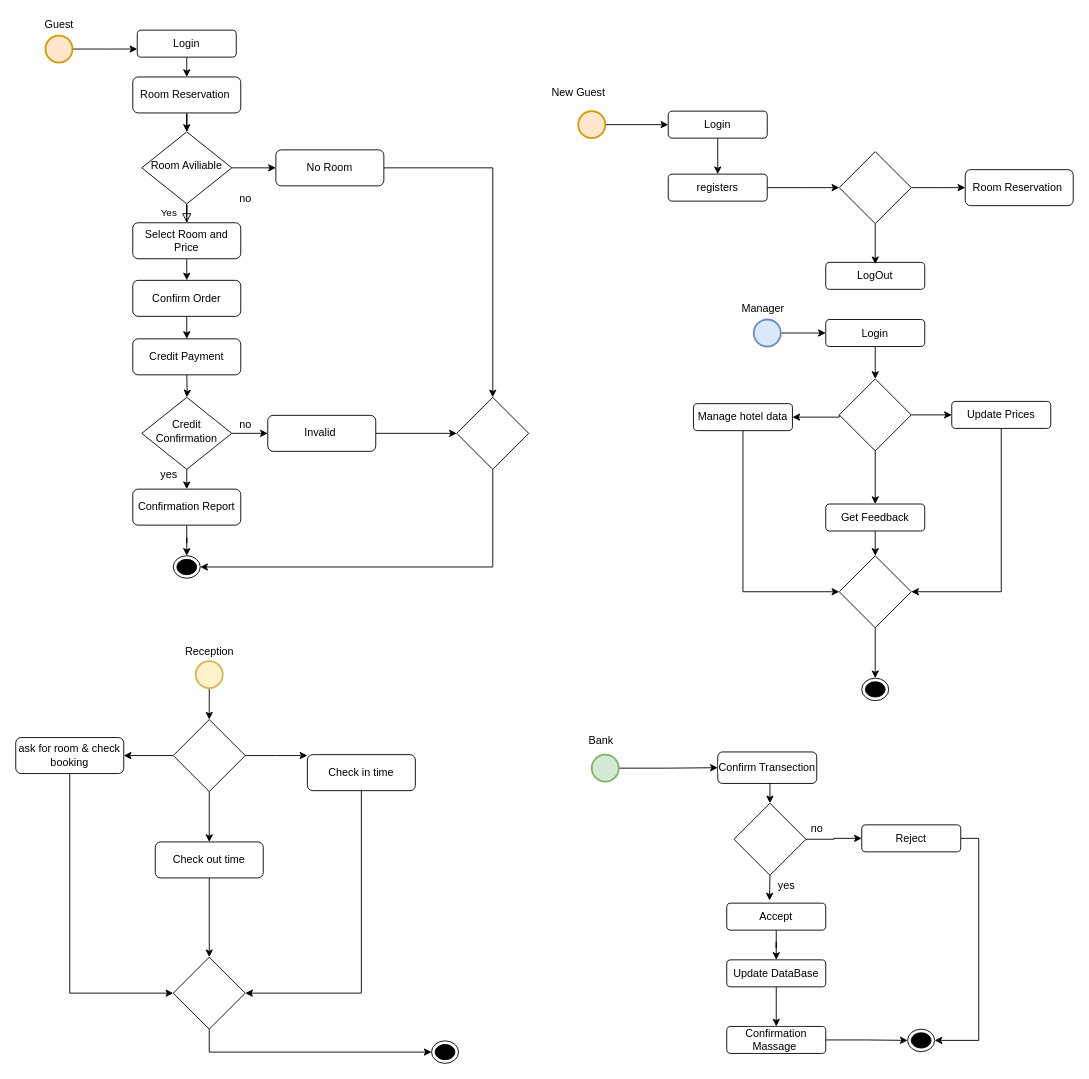
Before: activity digram.drawio in AhmedTarek-95/System-Desine, a draw.io diagram. Source tidied: cells renumbered, new cells numbered last; positions are measured from the earlier drawing's top-left corner, leaving out a move shared by most shapes. Both pictures are drawn from the tidied source at 90%, with x=0, y=0 at pixel (15, 15).
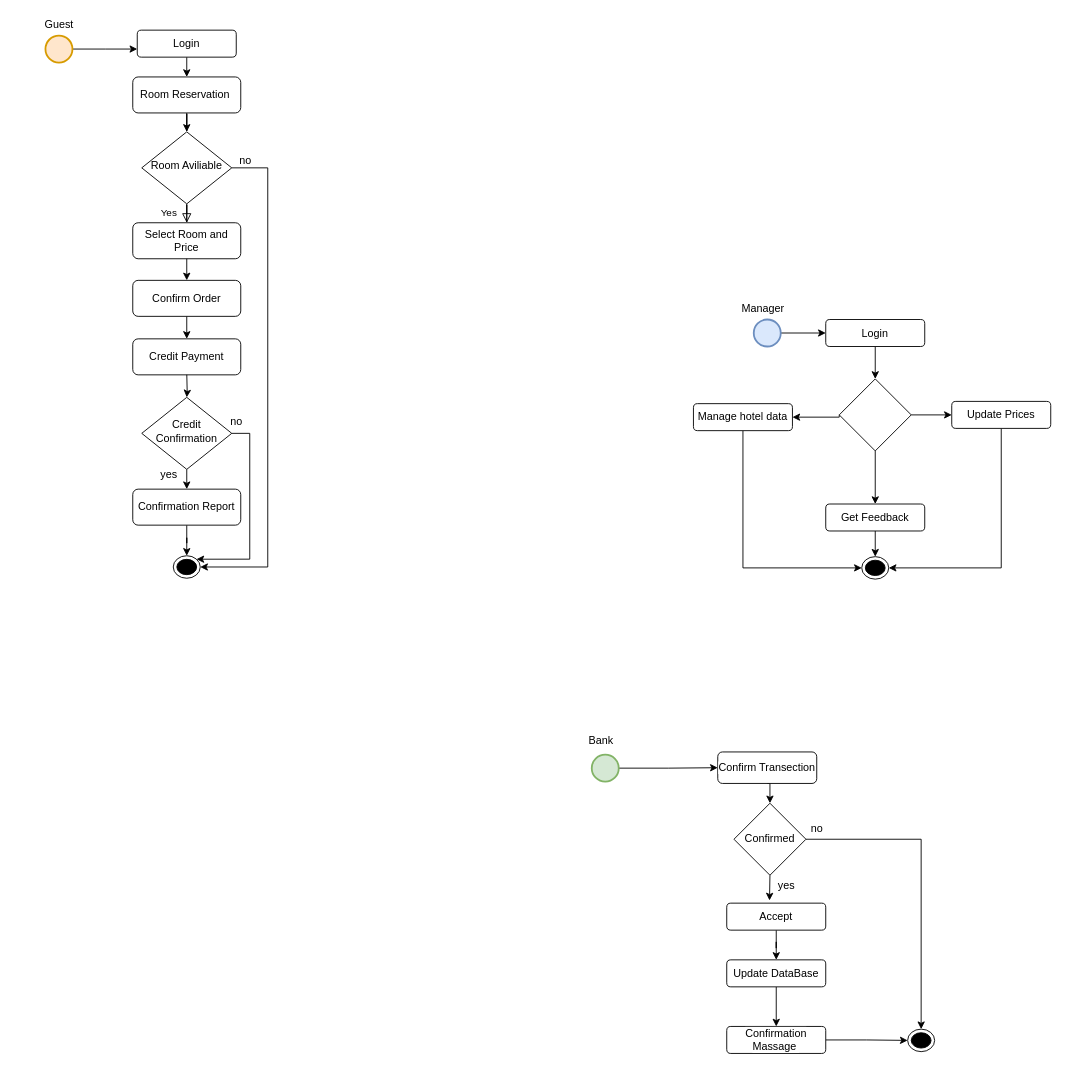
Above is the later version.

Unchanged cells that the change refers to:
```xml
<mxCell id="4" value="Room Aviliable" style="rhombus;whiteSpace=wrap;html=1;shadow=0;fontFamily=Helvetica;fontSize=12;align=center;strokeWidth=1;spacing=6;spacingTop=-4;" parent="1" vertex="1">
  <mxGeometry x="140" y="129" width="100" height="80" as="geometry" />
</mxCell>
<mxCell id="8" style="ellipse;html=1;shape=endState;fillColor=#000000;strokeColor=#000000;" parent="1" vertex="1">
  <mxGeometry x="175" y="600" width="30" height="25" as="geometry" />
</mxCell>
<mxCell id="17" value="Credit Confirmation" style="rhombus;whiteSpace=wrap;html=1;shadow=0;fontFamily=Helvetica;fontSize=12;align=center;strokeWidth=1;spacing=6;spacingTop=-4;" parent="1" vertex="1">
  <mxGeometry x="140" y="424" width="100" height="80" as="geometry" />
</mxCell>
<mxCell id="49" value="&lt;span style=&quot;background-color: rgb(255 , 255 , 255)&quot;&gt;Get Feedback&lt;/span&gt;" style="rounded=1;whiteSpace=wrap;html=1;fontSize=12;glass=0;strokeWidth=1;shadow=0;" parent="1" vertex="1">
  <mxGeometry x="900" y="542.5" width="110" height="30" as="geometry" />
</mxCell>
<mxCell id="51" value="&lt;span style=&quot;background-color: rgb(255 , 255 , 255)&quot;&gt;Update Prices&lt;/span&gt;" style="rounded=1;whiteSpace=wrap;html=1;fontSize=12;glass=0;strokeWidth=1;shadow=0;" parent="1" vertex="1">
  <mxGeometry x="1040" y="428.5" width="110" height="30" as="geometry" />
</mxCell>
<mxCell id="53" value="&lt;span style=&quot;background-color: rgb(255 , 255 , 255)&quot;&gt;Manage hotel data&lt;/span&gt;" style="rounded=1;whiteSpace=wrap;html=1;fontSize=12;glass=0;strokeWidth=1;shadow=0;" parent="1" vertex="1">
  <mxGeometry x="753" y="431" width="110" height="30" as="geometry" />
</mxCell>
<mxCell id="94" style="ellipse;html=1;shape=endState;fillColor=#000000;strokeColor=#000000;" parent="1" vertex="1">
  <mxGeometry x="991" y="1126" width="30" height="25" as="geometry" />
</mxCell>
```

Diff of the diagram source:
```diff
@@
-    <mxCell id="3" style="edgeStyle=orthogonalEdgeStyle;rounded=0;jettySize=auto;html=1;exitX=1;exitY=0.5;exitDx=0;exitDy=0;entryX=0;entryY=0.5;entryDx=0;entryDy=0;" parent="1" edge="1" source="4" target="6">
-      <mxGeometry relative="1" as="geometry" />
+    <mxCell id="3" style="edgeStyle=orthogonalEdgeStyle;rounded=0;jettySize=auto;html=1;exitX=1;exitY=0.5;exitDx=0;exitDy=0;entryX=1;entryY=0.5;entryDx=0;entryDy=0;" parent="1" edge="1" source="4" target="8">
+      <mxGeometry relative="1" as="geometry">
+        <Array as="points">
+          <mxPoint x="280" y="169" />
+          <mxPoint x="280" y="613" />
+        </Array>
+      </mxGeometry>
     </mxCell>
@@
-    <mxCell id="5" style="edgeStyle=orthogonalEdgeStyle;rounded=0;jettySize=auto;html=1;exitX=1;exitY=0.5;exitDx=0;exitDy=0;entryX=0.5;entryY=0;entryDx=0;entryDy=0;" parent="1" edge="1" source="6" target="27">
-      <mxGeometry relative="1" as="geometry" />
-    </mxCell>
-    <mxCell id="6" value="No Room" style="rounded=1;whiteSpace=wrap;html=1;fontSize=12;glass=0;strokeWidth=1;shadow=0;" parent="1" vertex="1">
-      <mxGeometry x="289" y="149" width="120" height="40" as="geometry" />
-    </mxCell>
@@
-    <mxCell id="15" style="edgeStyle=orthogonalEdgeStyle;rounded=0;jettySize=auto;html=1;exitX=1;exitY=0.5;exitDx=0;exitDy=0;entryX=0;entryY=0.5;entryDx=0;entryDy=0;" parent="1" edge="1" source="17" target="21">
-      <mxGeometry relative="1" as="geometry" />
+    <mxCell id="15" style="edgeStyle=orthogonalEdgeStyle;rounded=0;jettySize=auto;html=1;exitX=1;exitY=0.5;exitDx=0;exitDy=0;entryX=1;entryY=0;entryDx=0;entryDy=0;" parent="1" edge="1" source="17" target="8">
+      <mxGeometry relative="1" as="geometry">
+        <Array as="points">
+          <mxPoint x="260" y="464" />
+          <mxPoint x="260" y="604" />
+        </Array>
+      </mxGeometry>
     </mxCell>
@@
     <mxCell id="19" value="no" style="text;html=1;align=center;verticalAlign=middle;strokeColor=none;fillColor=none;" parent="1" vertex="1">
-      <mxGeometry x="240" y="445" width="30" height="20" as="geometry" />
+      <mxGeometry x="230" y="441" width="30" height="20" as="geometry" />
     </mxCell>
-    <mxCell id="20" style="edgeStyle=orthogonalEdgeStyle;rounded=0;jettySize=auto;html=1;exitX=1;exitY=0.5;exitDx=0;exitDy=0;entryX=0;entryY=0.5;entryDx=0;entryDy=0;" parent="1" edge="1" source="21" target="27">
-      <mxGeometry relative="1" as="geometry" />
-    </mxCell>
-    <mxCell id="21" value="Invalid&amp;nbsp;" style="rounded=1;whiteSpace=wrap;html=1;fontSize=12;glass=0;strokeWidth=1;shadow=0;" parent="1" vertex="1">
-      <mxGeometry x="280" y="444" width="120" height="40" as="geometry" />
-    </mxCell>
@@
     <mxCell id="25" value="no" style="text;html=1;align=center;verticalAlign=middle;strokeColor=none;fillColor=none;" parent="1" vertex="1">
-      <mxGeometry x="240" y="194" width="30" height="20" as="geometry" />
+      <mxGeometry x="240" y="151" width="30" height="20" as="geometry" />
     </mxCell>
-    <mxCell id="26" style="edgeStyle=orthogonalEdgeStyle;rounded=0;jettySize=auto;html=1;exitX=0.5;exitY=1;exitDx=0;exitDy=0;entryX=1;entryY=0.5;entryDx=0;entryDy=0;" parent="1" edge="1" source="27" target="8">
-      <mxGeometry relative="1" as="geometry" />
-    </mxCell>
-    <mxCell id="27" style="rhombus;whiteSpace=wrap;html=1;" parent="1" vertex="1">
-      <mxGeometry x="490" y="424" width="80" height="80" as="geometry" />
-    </mxCell>
@@
-    <mxCell id="32" style="edgeStyle=orthogonalEdgeStyle;rounded=0;jettySize=auto;html=1;exitX=1;exitY=0.5;exitDx=0;exitDy=0;exitPerimeter=0;" parent="1" edge="1" source="33" target="35">
-      <mxGeometry relative="1" as="geometry" />
-    </mxCell>
-    <mxCell id="33" style="strokeWidth=2;html=1;shape=mxgraph.flowchart.start_2;whiteSpace=wrap;fillColor=#ffe6cc;strokeColor=#d79b00;" parent="1" vertex="1">
-      <mxGeometry x="625" y="106" width="30" height="30" as="geometry" />
-    </mxCell>
-    <mxCell id="34" style="edgeStyle=orthogonalEdgeStyle;rounded=0;jettySize=auto;html=1;exitX=0.5;exitY=1;exitDx=0;exitDy=0;entryX=0.5;entryY=0;entryDx=0;entryDy=0;" parent="1" edge="1" source="35" target="37">
-      <mxGeometry relative="1" as="geometry" />
-    </mxCell>
-    <mxCell id="35" value="Login" style="rounded=1;whiteSpace=wrap;html=1;fontSize=12;glass=0;strokeWidth=1;shadow=0;" parent="1" vertex="1">
-      <mxGeometry x="725" y="106" width="110" height="30" as="geometry" />
-    </mxCell>
-    <mxCell id="36" style="edgeStyle=orthogonalEdgeStyle;rounded=0;jettySize=auto;html=1;exitX=1;exitY=0.5;exitDx=0;exitDy=0;" parent="1" edge="1" source="37">
-      <mxGeometry relative="1" as="geometry">
-        <mxPoint x="915" y="191" as="targetPoint" />
-      </mxGeometry>
-    </mxCell>
-    <mxCell id="37" value="&lt;span style=&quot;background-color: rgb(255 , 255 , 255)&quot;&gt;registers&lt;/span&gt;" style="rounded=1;whiteSpace=wrap;html=1;fontSize=12;glass=0;strokeWidth=1;shadow=0;" parent="1" vertex="1">
-      <mxGeometry x="725" y="176" width="110" height="30" as="geometry" />
-    </mxCell>
-    <mxCell id="38" value="New Guest" style="text;html=1;align=center;verticalAlign=middle;strokeColor=none;fillColor=none;" parent="1" vertex="1">
-      <mxGeometry x="590" y="76" width="70" height="20" as="geometry" />
-    </mxCell>
-    <mxCell id="39" value="LogOut" style="rounded=1;whiteSpace=wrap;html=1;fontSize=12;glass=0;strokeWidth=1;shadow=0;" parent="1" vertex="1">
-      <mxGeometry x="900" y="274" width="110" height="30" as="geometry" />
-    </mxCell>
-    <mxCell id="40" style="edgeStyle=orthogonalEdgeStyle;rounded=0;jettySize=auto;html=1;exitX=0.5;exitY=1;exitDx=0;exitDy=0;" parent="1" edge="1" source="42">
-      <mxGeometry relative="1" as="geometry">
-        <mxPoint x="955" y="276" as="targetPoint" />
-      </mxGeometry>
-    </mxCell>
-    <mxCell id="41" style="edgeStyle=orthogonalEdgeStyle;rounded=0;jettySize=auto;html=1;exitX=1;exitY=0.5;exitDx=0;exitDy=0;" parent="1" edge="1" source="42">
-      <mxGeometry relative="1" as="geometry">
-        <mxPoint x="1055" y="191" as="targetPoint" />
-      </mxGeometry>
-    </mxCell>
-    <mxCell id="42" style="rhombus;whiteSpace=wrap;html=1;" parent="1" vertex="1">
-      <mxGeometry x="915" y="151" width="80" height="80" as="geometry" />
-    </mxCell>
-    <mxCell id="43" value="Room Reservation&lt;span style=&quot;white-space: pre&quot;&gt; &lt;/span&gt;" style="rounded=1;whiteSpace=wrap;html=1;fontSize=12;glass=0;strokeWidth=1;shadow=0;" parent="1" vertex="1">
-      <mxGeometry x="1055" y="171" width="120" height="40" as="geometry" />
-    </mxCell>
@@
-    <mxCell id="48" style="edgeStyle=orthogonalEdgeStyle;rounded=0;jettySize=auto;html=1;exitX=0.5;exitY=1;exitDx=0;exitDy=0;entryX=0.5;entryY=0;entryDx=0;entryDy=0;" parent="1" edge="1" source="49" target="59">
+    <mxCell id="48" style="edgeStyle=orthogonalEdgeStyle;rounded=0;jettySize=auto;html=1;exitX=0.5;exitY=1;exitDx=0;exitDy=0;entryX=0.5;entryY=0;entryDx=0;entryDy=0;" parent="1" edge="1" source="49" target="60">
       <mxGeometry relative="1" as="geometry" />
     </mxCell>
@@
-    <mxCell id="50" style="edgeStyle=orthogonalEdgeStyle;rounded=0;jettySize=auto;html=1;exitX=0.5;exitY=1;exitDx=0;exitDy=0;entryX=1;entryY=0.5;entryDx=0;entryDy=0;" parent="1" edge="1" source="51" target="59">
+    <mxCell id="50" style="edgeStyle=orthogonalEdgeStyle;rounded=0;jettySize=auto;html=1;exitX=0.5;exitY=1;exitDx=0;exitDy=0;entryX=1;entryY=0.5;entryDx=0;entryDy=0;" parent="1" edge="1" source="51" target="60">
       <mxGeometry relative="1" as="geometry" />
     </mxCell>
@@
-    <mxCell id="52" style="edgeStyle=orthogonalEdgeStyle;rounded=0;jettySize=auto;html=1;exitX=0.5;exitY=1;exitDx=0;exitDy=0;entryX=0;entryY=0.5;entryDx=0;entryDy=0;" parent="1" edge="1" source="53" target="59">
+    <mxCell id="52" style="edgeStyle=orthogonalEdgeStyle;rounded=0;jettySize=auto;html=1;exitX=0.5;exitY=1;exitDx=0;exitDy=0;entryX=0;entryY=0.5;entryDx=0;entryDy=0;" parent="1" edge="1" source="53" target="60">
       <mxGeometry relative="1" as="geometry" />
     </mxCell>
@@
-    <mxCell id="58" style="edgeStyle=orthogonalEdgeStyle;rounded=0;jettySize=auto;html=1;exitX=0.5;exitY=1;exitDx=0;exitDy=0;entryX=0.5;entryY=0;entryDx=0;entryDy=0;" parent="1" edge="1" source="59" target="60">
-      <mxGeometry relative="1" as="geometry" />
-    </mxCell>
-    <mxCell id="59" style="rhombus;whiteSpace=wrap;html=1;" parent="1" vertex="1">
-      <mxGeometry x="915" y="600" width="80" height="80" as="geometry" />
-    </mxCell>
     <mxCell id="60" style="ellipse;html=1;shape=endState;fillColor=#000000;strokeColor=#000000;" parent="1" vertex="1">
-      <mxGeometry x="940" y="736" width="30" height="25" as="geometry" />
+      <mxGeometry x="940" y="601" width="30" height="25" as="geometry" />
     </mxCell>
-    <mxCell id="61" style="edgeStyle=orthogonalEdgeStyle;rounded=0;jettySize=auto;html=1;exitX=0.5;exitY=1;exitDx=0;exitDy=0;exitPerimeter=0;entryX=0.5;entryY=0;entryDx=0;entryDy=0;" parent="1" edge="1" source="62" target="73">
-      <mxGeometry relative="1" as="geometry" />
-    </mxCell>
-    <mxCell id="62" style="strokeWidth=2;html=1;shape=mxgraph.flowchart.start_2;whiteSpace=wrap;fillColor=#fff2cc;strokeColor=#d6b656;" parent="1" vertex="1">
-      <mxGeometry x="200" y="717" width="30" height="30" as="geometry" />
-    </mxCell>
-    <mxCell id="63" value="Reception" style="text;html=1;align=center;verticalAlign=middle;strokeColor=none;fillColor=none;" parent="1" vertex="1">
-      <mxGeometry x="180" y="697" width="70" height="20" as="geometry" />
-    </mxCell>
-    <mxCell id="64" style="edgeStyle=orthogonalEdgeStyle;rounded=0;jettySize=auto;html=1;exitX=0.5;exitY=1;exitDx=0;exitDy=0;entryX=0;entryY=0.5;entryDx=0;entryDy=0;" parent="1" edge="1" source="65" target="75">
-      <mxGeometry relative="1" as="geometry" />
-    </mxCell>
-    <mxCell id="65" value="&lt;span style=&quot;background-color: rgb(255 , 255 , 255)&quot;&gt;ask for room &amp;amp; check booking&lt;/span&gt;" style="rounded=1;whiteSpace=wrap;html=1;fontSize=12;glass=0;strokeWidth=1;shadow=0;" parent="1" vertex="1">
-      <mxGeometry y="802" width="120" height="40" as="geometry" />
-    </mxCell>
-    <mxCell id="66" style="edgeStyle=orthogonalEdgeStyle;rounded=0;jettySize=auto;html=1;exitX=0.5;exitY=1;exitDx=0;exitDy=0;entryX=1;entryY=0.5;entryDx=0;entryDy=0;" parent="1" edge="1" target="75">
-      <mxGeometry relative="1" as="geometry">
-        <mxPoint x="384" y="842" as="sourcePoint" />
-        <Array as="points">
-          <mxPoint x="384" y="1086" />
-        </Array>
-      </mxGeometry>
-    </mxCell>
-    <mxCell id="67" value="&lt;span style=&quot;background-color: rgb(255 , 255 , 255)&quot;&gt;Check in time&lt;/span&gt;" style="rounded=1;whiteSpace=wrap;html=1;fontSize=12;glass=0;strokeWidth=1;shadow=0;" parent="1" vertex="1">
-      <mxGeometry x="324" y="821" width="120" height="40" as="geometry" />
-    </mxCell>
-    <mxCell id="68" style="edgeStyle=orthogonalEdgeStyle;rounded=0;jettySize=auto;html=1;exitX=0.5;exitY=1;exitDx=0;exitDy=0;entryX=0.5;entryY=0;entryDx=0;entryDy=0;" parent="1" edge="1" source="69" target="75">
-      <mxGeometry relative="1" as="geometry" />
-    </mxCell>
-    <mxCell id="69" value="&lt;span style=&quot;background-color: rgb(255 , 255 , 255)&quot;&gt;Check out time&lt;/span&gt;" style="rounded=1;whiteSpace=wrap;html=1;fontSize=12;glass=0;strokeWidth=1;shadow=0;" parent="1" vertex="1">
-      <mxGeometry x="155" y="918" width="120" height="40" as="geometry" />
-    </mxCell>
-    <mxCell id="70" style="edgeStyle=orthogonalEdgeStyle;rounded=0;jettySize=auto;html=1;exitX=0.5;exitY=1;exitDx=0;exitDy=0;entryX=0.5;entryY=0;entryDx=0;entryDy=0;" parent="1" edge="1" source="73" target="69">
-      <mxGeometry relative="1" as="geometry" />
-    </mxCell>
-    <mxCell id="71" style="edgeStyle=orthogonalEdgeStyle;rounded=0;jettySize=auto;html=1;exitX=1;exitY=0.5;exitDx=0;exitDy=0;entryX=0;entryY=0.5;entryDx=0;entryDy=0;" parent="1" edge="1" source="73">
-      <mxGeometry relative="1" as="geometry">
-        <mxPoint x="324" y="822" as="targetPoint" />
-      </mxGeometry>
-    </mxCell>
-    <mxCell id="72" style="edgeStyle=orthogonalEdgeStyle;rounded=0;jettySize=auto;html=1;exitX=0;exitY=0.5;exitDx=0;exitDy=0;" parent="1" edge="1" source="73" target="65">
-      <mxGeometry relative="1" as="geometry" />
-    </mxCell>
-    <mxCell id="73" style="rhombus;whiteSpace=wrap;html=1;" parent="1" vertex="1">
-      <mxGeometry x="175" y="782" width="80" height="80" as="geometry" />
-    </mxCell>
-    <mxCell id="74" style="edgeStyle=orthogonalEdgeStyle;rounded=0;jettySize=auto;html=1;exitX=0.5;exitY=1;exitDx=0;exitDy=0;entryX=0;entryY=0.5;entryDx=0;entryDy=0;" parent="1" edge="1" source="75" target="76">
-      <mxGeometry relative="1" as="geometry" />
-    </mxCell>
-    <mxCell id="75" style="rhombus;whiteSpace=wrap;html=1;" parent="1" vertex="1">
-      <mxGeometry x="175" y="1046" width="80" height="80" as="geometry" />
-    </mxCell>
-    <mxCell id="76" style="ellipse;html=1;shape=endState;fillColor=#000000;strokeColor=#000000;" parent="1" vertex="1">
-      <mxGeometry x="462" y="1139" width="30" height="25" as="geometry" />
-    </mxCell>
@@
-    <mxCell id="83" style="edgeStyle=orthogonalEdgeStyle;rounded=0;jettySize=auto;html=1;exitX=1;exitY=0.5;exitDx=0;exitDy=0;entryX=1;entryY=0.5;entryDx=0;entryDy=0;" parent="1" edge="1" source="84" target="94">
-      <mxGeometry relative="1" as="geometry" />
-    </mxCell>
-    <mxCell id="84" value="&lt;span style=&quot;background-color: rgb(255 , 255 , 255)&quot;&gt;Reject&lt;/span&gt;" style="rounded=1;whiteSpace=wrap;html=1;fontSize=12;glass=0;strokeWidth=1;shadow=0;" parent="1" vertex="1">
-      <mxGeometry x="940" y="899" width="110" height="30" as="geometry" />
-    </mxCell>
@@
-    <mxCell id="89" style="edgeStyle=orthogonalEdgeStyle;rounded=0;jettySize=auto;html=1;exitX=1;exitY=0.5;exitDx=0;exitDy=0;entryX=0;entryY=0.5;entryDx=0;entryDy=0;" parent="1" edge="1" source="91" target="84">
+    <mxCell id="89" style="edgeStyle=orthogonalEdgeStyle;rounded=0;jettySize=auto;html=1;exitX=1;exitY=0.5;exitDx=0;exitDy=0;entryX=0.5;entryY=0;entryDx=0;entryDy=0;" parent="1" edge="1" source="91" target="94">
       <mxGeometry relative="1" as="geometry" />
     </mxCell>
@@
-    <mxCell id="91" style="rhombus;whiteSpace=wrap;html=1;" parent="1" vertex="1">
+    <mxCell id="91" value="Confirmed" style="rhombus;whiteSpace=wrap;html=1;" parent="1" vertex="1">
       <mxGeometry x="798" y="875" width="80" height="80" as="geometry" />
     </mxCell>
```
